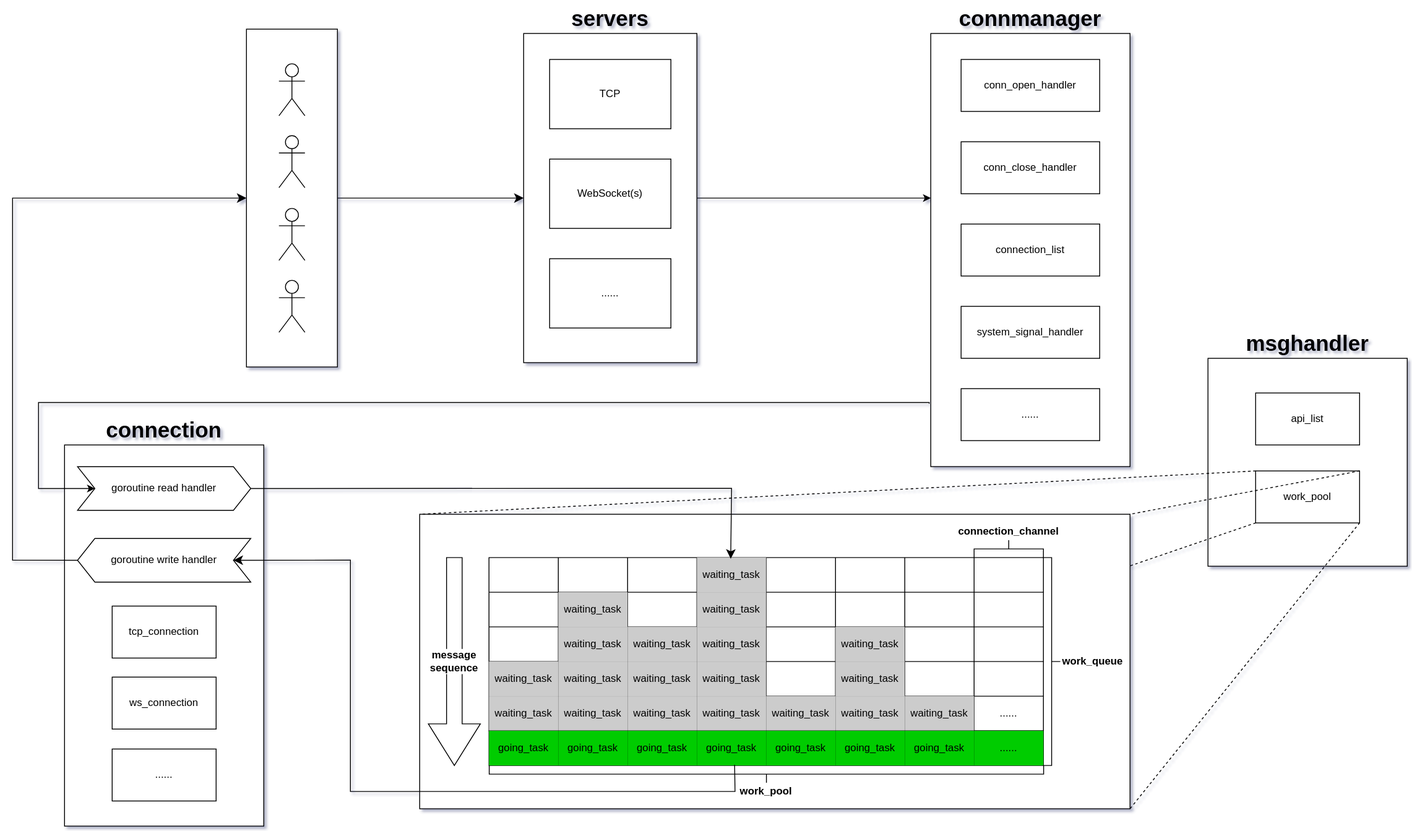
Above: assets/DesignDiagram.drawio.svg in 451008604/nets (draw.io), before the change. Source tidied: cells renumbered, new cells last; positions are measured from the earlier drawing's top-left corner, leaving out a move shared by most shapes.
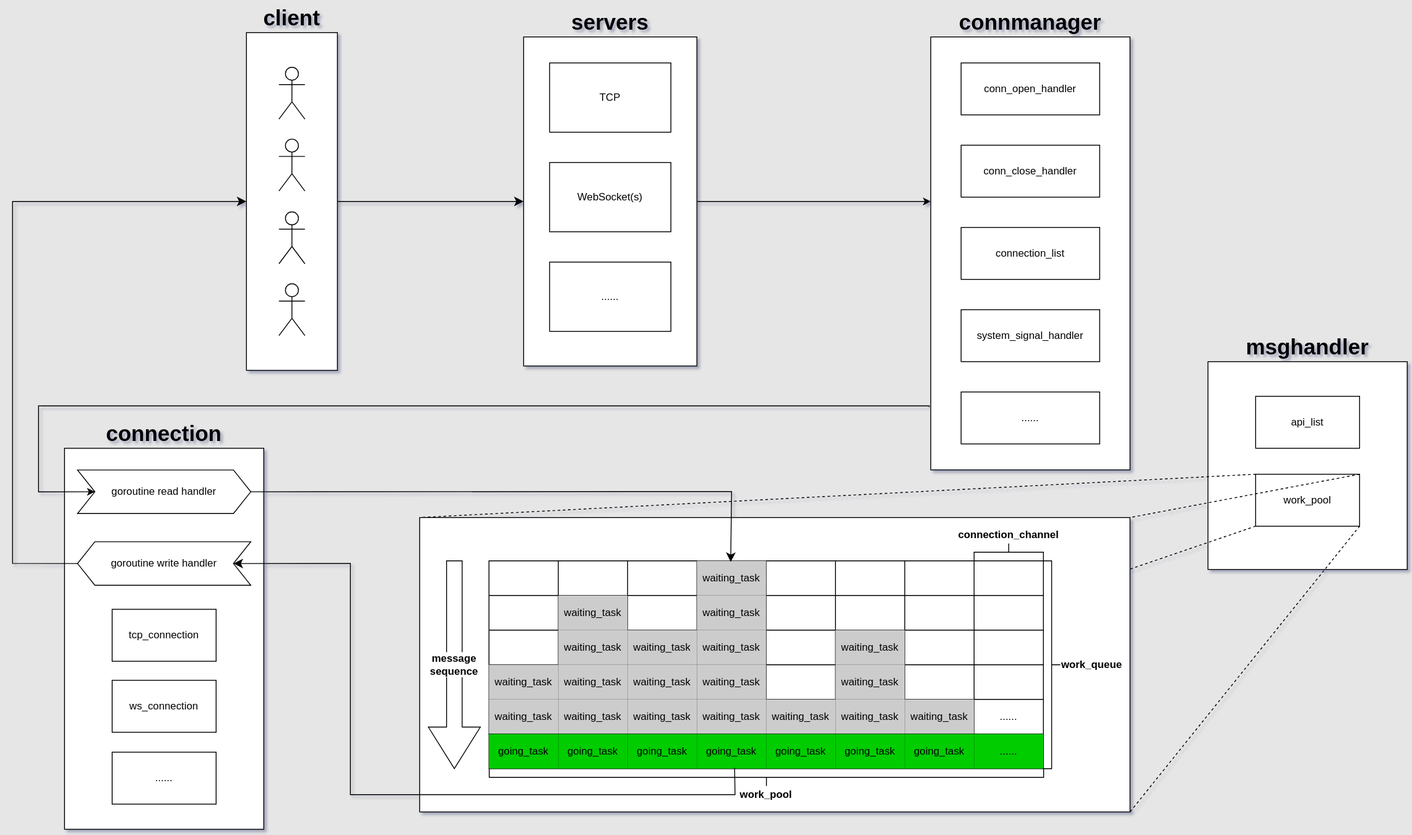
After the commit.

Diff of the diagram source:
```diff
@@ -1,4 +1,4 @@
-<mxGraphModel background="#FFFFFF" shadow="1">
+<mxGraphModel background="#E6E6E6" shadow="1">
   <root>
     <mxCell id="0" />
     <mxCell id="1" parent="0" />
@@ -305,7 +305,7 @@
     <mxCell id="96" style="group;rounded=0;" parent="1" vertex="1">
       <mxGeometry x="270" width="105" height="390" as="geometry" />
     </mxCell>
-    <mxCell id="97" style="whiteSpace=wrap;html=1;swimlaneLine=1;rounded=0;" parent="96" vertex="1">
+    <mxCell id="97" value="client" style="whiteSpace=wrap;html=1;swimlaneLine=1;rounded=0;fontStyle=1;fontSize=25;labelPosition=center;verticalLabelPosition=top;align=center;verticalAlign=bottom;labelBorderColor=none;" parent="96" vertex="1">
       <mxGeometry width="105" height="390" as="geometry" />
     </mxCell>
     <mxCell id="98" style="shape=umlActor;verticalLabelPosition=bottom;verticalAlign=top;html=1;labelBackgroundColor=none;rounded=0;shadow=0;swimlaneLine=1;" parent="96" vertex="1">
```
